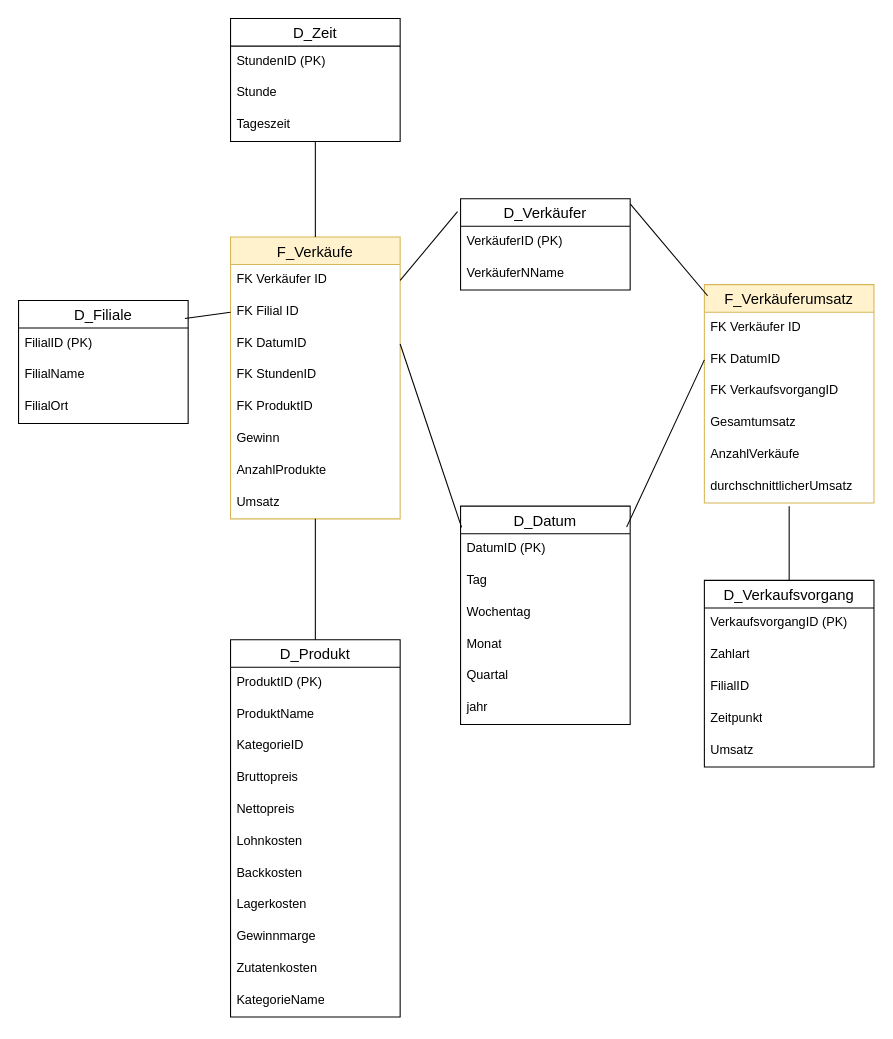
This is Galaxyschema_BrotZeit.drawio from Thoerchen/BackZeit, a draw.io file, before an edit. Source tidied: cells renumbered, new cells numbered last; positions are measured from the earlier drawing's top-left corner, leaving out a move shared by most shapes. Both pictures are drawn from the tidied source at 106%, with x=0, y=0 at pixel (18, 18).
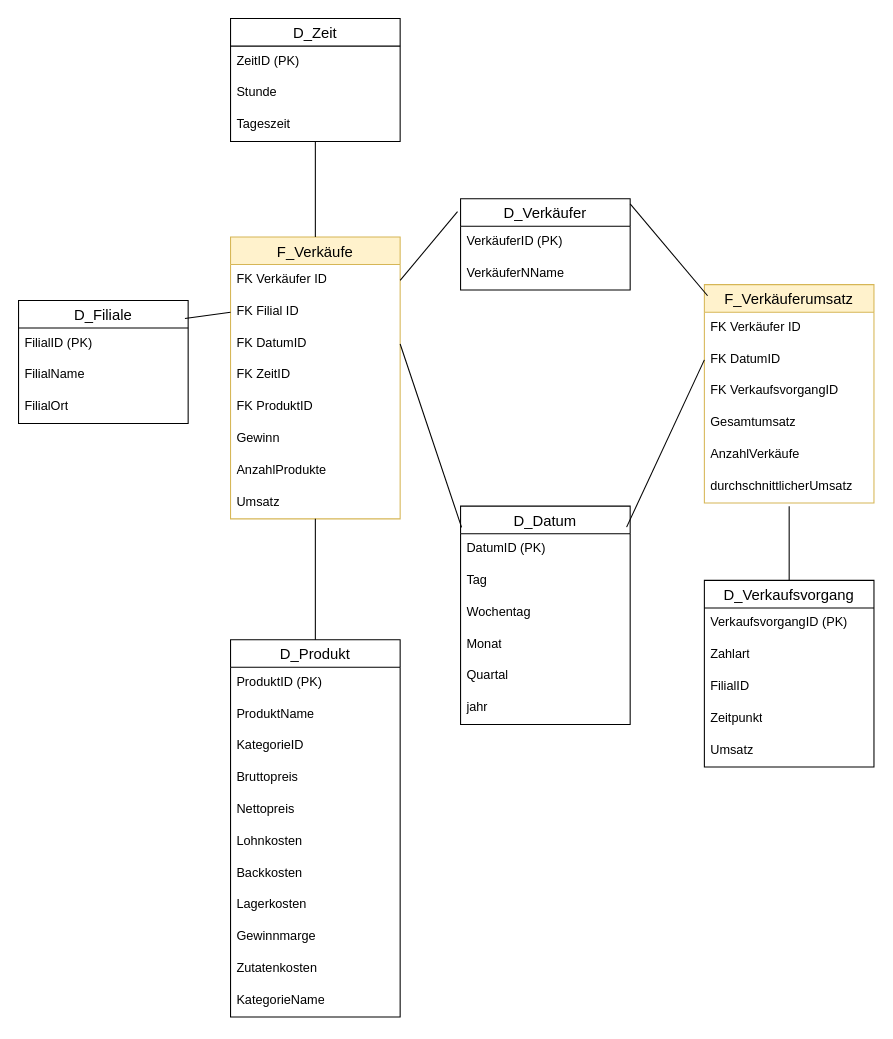
The same page after the edit.

The change refers to these unchanged cells:
```xml
<mxCell id="2" value="F_Verkäufe" style="swimlane;fontStyle=0;horizontal=1;startSize=26;align=center;fontSize=14;fillColor=#fff2cc;strokeColor=#d6b656;" parent="1" vertex="1">
  <mxGeometry x="200" y="206" width="160" height="266" as="geometry" />
</mxCell>
<mxCell id="25" value="D_Zeit" style="swimlane;fontStyle=0;horizontal=1;startSize=26;align=center;fontSize=14;" parent="1" vertex="1">
  <mxGeometry x="200" width="160" height="116" as="geometry" />
</mxCell>
```

Diff of the diagram source:
```diff
@@
-    <mxCell id="6" value="FK StundenID" style="text;strokeColor=none;fillColor=none;spacingLeft=4;spacingRight=4;overflow=hidden;fontSize=12;whiteSpace=wrap;html=1;" parent="2" vertex="1">
+    <mxCell id="6" value="FK ZeitID" style="text;strokeColor=none;fillColor=none;spacingLeft=4;spacingRight=4;overflow=hidden;fontSize=12;whiteSpace=wrap;html=1;" parent="2" vertex="1">
       <mxGeometry y="116" width="160" height="30" as="geometry" />
     </mxCell>
@@
-    <mxCell id="26" value="StundenID (PK)" style="text;strokeColor=none;fillColor=none;spacingLeft=4;spacingRight=4;overflow=hidden;fontSize=12;whiteSpace=wrap;html=1;" parent="25" vertex="1">
+    <mxCell id="26" value="ZeitID (PK)" style="text;strokeColor=none;fillColor=none;spacingLeft=4;spacingRight=4;overflow=hidden;fontSize=12;whiteSpace=wrap;html=1;" parent="25" vertex="1">
       <mxGeometry y="26" width="160" height="30" as="geometry" />
     </mxCell>
```
